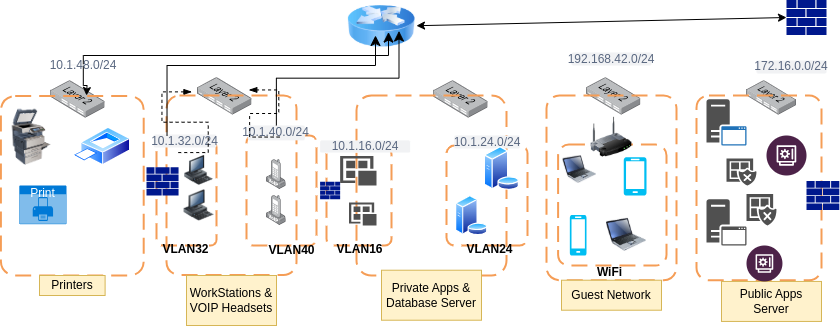
Earlier version of the draw.io export secured_network_topology.drawio.png (MwarumbaH-5523/Secured_Networks_Topology). Source tidied: cells renumbered, new cells last; positions are measured from the earlier drawing's top-left corner, leaving out a move shared by most shapes. Its diagram source:
```xml
<mxGraphModel>
  <root>
    <mxCell id="0" />
    <mxCell id="1" parent="0" />
    <mxCell id="2" style="sketch=0;shadow=0;dashed=0;html=1;strokeColor=none;labelPosition=center;verticalLabelPosition=bottom;verticalAlign=top;align=center;fillColor=#00188D;shape=mxgraph.mscae.enterprise.firewall;" parent="1" vertex="1">
      <mxGeometry x="786" y="0.4" width="40" height="35.2" as="geometry" />
    </mxCell>
    <mxCell id="3" style="image;html=1;image=img/lib/clip_art/networking/Router_Icon_128x128.png;" parent="1" vertex="1">
      <mxGeometry x="346" y="6" width="70" height="42" as="geometry" />
    </mxCell>
    <mxCell id="4" style="endArrow=classic;startArrow=classic;html=1;rounded=0;entryX=0;entryY=0.5;entryDx=0;entryDy=0;entryPerimeter=0;" parent="1" edge="1" source="3" target="2">
      <mxGeometry relative="1" as="geometry" />
    </mxCell>
    <mxCell id="5" style="image;html=1;align=center;shadow=0;dashed=0;image=img/lib/allied_telesis/switch/Switch_24_port_L2.svg;" parent="1" vertex="1">
      <mxGeometry x="746" y="81.2" width="50" height="34.3" as="geometry" />
    </mxCell>
    <mxCell id="6" style="image;html=1;align=center;shadow=0;dashed=0;image=img/lib/allied_telesis/switch/Switch_24_port_L2.svg;" parent="1" vertex="1">
      <mxGeometry x="586" y="78.2" width="54.4" height="37.3" as="geometry" />
    </mxCell>
    <mxCell id="7" style="image;html=1;align=center;shadow=0;dashed=0;image=img/lib/allied_telesis/switch/Switch_24_port_L2.svg;" parent="1" vertex="1">
      <mxGeometry x="433.2" y="81.2" width="54.4" height="37.3" as="geometry" />
    </mxCell>
    <mxCell id="8" style="image;points=[];html=1;align=center;shadow=0;dashed=0;image=img/lib/allied_telesis/switch/Switch_24_port_L2.svg;" parent="1" vertex="1">
      <mxGeometry x="197.1" y="78.2" width="54.4" height="37.3" as="geometry" />
    </mxCell>
    <mxCell id="9" style="image;html=1;align=center;shadow=0;dashed=0;image=img/lib/allied_telesis/switch/Switch_24_port_L2.svg;" parent="1" vertex="1">
      <mxGeometry x="50.2" y="81.2" width="54.4" height="37.3" as="geometry" />
    </mxCell>
    <mxCell id="10" style="rounded=1;arcSize=10;dashed=1;strokeColor=#F59D56;fillColor=none;gradientColor=none;dashPattern=8 4;strokeWidth=2;" parent="1" vertex="1">
      <mxGeometry x="0.4" y="96.5" width="142.8" height="179.5" as="geometry" />
    </mxCell>
    <mxCell id="11" style="rounded=1;arcSize=10;dashed=1;strokeColor=#F59D56;fillColor=none;gradientColor=none;dashPattern=8 4;strokeWidth=2;" parent="1" vertex="1">
      <mxGeometry x="166" y="96" width="130" height="179.5" as="geometry" />
    </mxCell>
    <mxCell id="12" style="rounded=1;arcSize=10;dashed=1;strokeColor=#F59D56;fillColor=none;gradientColor=none;dashPattern=8 4;strokeWidth=2;" parent="1" vertex="1">
      <mxGeometry x="356" y="96" width="150" height="180" as="geometry" />
    </mxCell>
    <mxCell id="13" style="rounded=1;arcSize=10;dashed=1;strokeColor=#F59D56;fillColor=none;gradientColor=none;dashPattern=8 4;strokeWidth=2;" parent="1" vertex="1">
      <mxGeometry x="546" y="96" width="130" height="184.7" as="geometry" />
    </mxCell>
    <mxCell id="14" style="rounded=1;arcSize=10;dashed=1;strokeColor=#F59D56;fillColor=none;gradientColor=none;dashPattern=8 4;strokeWidth=2;" parent="1" vertex="1">
      <mxGeometry x="696" y="96" width="125" height="184.7" as="geometry" />
    </mxCell>
    <mxCell id="15" style="rounded=1;arcSize=10;dashed=1;strokeColor=light-dark(#F59D56,#3333FF);fillColor=none;gradientColor=none;dashPattern=8 4;strokeWidth=2;" parent="1" vertex="1">
      <mxGeometry x="156" y="141.8" width="60" height="104.2" as="geometry" />
    </mxCell>
    <mxCell id="16" style="rounded=1;arcSize=10;dashed=1;strokeColor=light-dark(#F59D56,#3333FF);fillColor=none;gradientColor=none;dashPattern=8 4;strokeWidth=2;" parent="1" vertex="1">
      <mxGeometry x="246" y="136" width="70" height="110" as="geometry" />
    </mxCell>
    <mxCell id="17" style="rounded=1;arcSize=10;dashed=1;strokeColor=light-dark(#F59D56,#FF3333);fillColor=none;gradientColor=none;dashPattern=8 4;strokeWidth=2;" parent="1" vertex="1">
      <mxGeometry x="326" y="148.2" width="65" height="97.8" as="geometry" />
    </mxCell>
    <mxCell id="18" style="rounded=1;arcSize=10;dashed=1;strokeColor=light-dark(#F59D56,#FF3333);fillColor=none;gradientColor=none;dashPattern=8 4;strokeWidth=2;" parent="1" vertex="1">
      <mxGeometry x="446" y="146" width="81.1" height="100" as="geometry" />
    </mxCell>
    <mxCell id="19" style="rounded=1;arcSize=10;dashed=1;strokeColor=light-dark(#F59D56,#33FF33);fillColor=none;gradientColor=none;dashPattern=8 4;strokeWidth=2;" parent="1" vertex="1">
      <mxGeometry x="557.6" y="145.1" width="108.4" height="120.9" as="geometry" />
    </mxCell>
    <mxCell id="20" style="image;html=1;image=img/lib/clip_art/networking/Wireless_Router_128x128.png;" parent="1" vertex="1">
      <mxGeometry x="586" y="117.8" width="50" height="40" as="geometry" />
    </mxCell>
    <mxCell id="21" style="image;html=1;image=img/lib/clip_art/computers/Printer_Commercial_128x128.png;" parent="1" vertex="1">
      <mxGeometry x="6" y="109.6" width="50" height="56.4" as="geometry" />
    </mxCell>
    <mxCell id="22" style="image;perimeter=ellipsePerimeter;html=1;align=center;shadow=0;dashed=0;spacingTop=3;image=img/lib/active_directory/printer.svg;" parent="1" vertex="1">
      <mxGeometry x="72.4" y="127.9" width="57.7" height="38.1" as="geometry" />
    </mxCell>
    <mxCell id="23" value="Print" style="html=1;whiteSpace=wrap;strokeColor=none;fillColor=#0079D6;labelPosition=center;verticalLabelPosition=middle;verticalAlign=top;align=center;fontSize=12;spacingTop=-6;fontColor=#FFFFFF;sketch=0;shape=mxgraph.sitemap.print;" parent="1" vertex="1">
      <mxGeometry x="18.8" y="186" width="47.2" height="38.7" as="geometry" />
    </mxCell>
    <mxCell id="24" value="Printers" style="text;html=1;strokeColor=#d6b656;fillColor=#fff2cc;align=center;verticalAlign=middle;whiteSpace=wrap;overflow=hidden;" parent="1" vertex="1">
      <mxGeometry x="39" y="276" width="65.6" height="20" as="geometry" />
    </mxCell>
    <mxCell id="25" style="edgeStyle=elbowEdgeStyle;elbow=vertical;endArrow=classic;html=1;curved=0;rounded=0;endSize=8;startSize=8;entryX=0.6;entryY=0.633;entryDx=0;entryDy=0;entryPerimeter=0;" parent="1" edge="1" source="63" target="3">
      <mxGeometry relative="1" as="geometry">
        <Array as="points">
          <mxPoint x="256" y="56" />
        </Array>
      </mxGeometry>
    </mxCell>
    <mxCell id="26" value="WorkStations &amp;amp; VOIP Headsets" style="text;html=1;strokeColor=#d6b656;fillColor=#fff2cc;align=center;verticalAlign=middle;whiteSpace=wrap;overflow=hidden;" parent="1" vertex="1">
      <mxGeometry x="186" y="276" width="90" height="50" as="geometry" />
    </mxCell>
    <mxCell id="27" value="Private Apps &amp;amp; Database Server" style="text;html=1;strokeColor=#d6b656;fillColor=#fff2cc;align=center;verticalAlign=middle;whiteSpace=wrap;overflow=hidden;" parent="1" vertex="1">
      <mxGeometry x="381" y="270.7" width="100" height="50" as="geometry" />
    </mxCell>
    <mxCell id="28" value="Guest Network" style="text;html=1;strokeColor=#d6b656;fillColor=#fff2cc;align=center;verticalAlign=middle;whiteSpace=wrap;overflow=hidden;" parent="1" vertex="1">
      <mxGeometry x="561" y="280.7" width="100" height="30" as="geometry" />
    </mxCell>
    <mxCell id="29" value="Public Apps Server" style="text;html=1;strokeColor=#d6b656;fillColor=#fff2cc;align=center;verticalAlign=middle;whiteSpace=wrap;overflow=hidden;" parent="1" vertex="1">
      <mxGeometry x="721" y="281.9" width="100" height="40" as="geometry" />
    </mxCell>
    <mxCell id="30" value="10.1.32.0/24" style="rounded=1;align=center;fillColor=#F1F2F4;strokeColor=none;html=1;whiteSpace=wrap;fontColor=#596780;fontSize=12;" parent="1" vertex="1">
      <mxGeometry x="153.2" y="135" width="62.8" height="13" as="geometry" />
    </mxCell>
    <mxCell id="31" value="10.1.40.0/24" style="rounded=1;align=center;fillColor=#F1F2F4;strokeColor=none;html=1;whiteSpace=wrap;fontColor=#596780;fontSize=12;" parent="1" vertex="1">
      <mxGeometry x="247.3" y="126" width="57.2" height="14.8" as="geometry" />
    </mxCell>
    <mxCell id="32" value="10.1.16.0/24" style="rounded=1;align=center;fillColor=#F1F2F4;strokeColor=none;html=1;whiteSpace=wrap;fontColor=#596780;fontSize=12;" parent="1" vertex="1">
      <mxGeometry x="319.6" y="140.8" width="90" height="12.2" as="geometry" />
    </mxCell>
    <mxCell id="33" value="10.1.24.0/24" style="rounded=1;align=center;fillColor=#F1F2F4;strokeColor=none;html=1;whiteSpace=wrap;fontColor=#596780;fontSize=12;" parent="1" vertex="1">
      <mxGeometry x="453.8" y="136" width="65.6" height="13" as="geometry" />
    </mxCell>
    <mxCell id="34" value="192.168.42.0/24" style="rounded=1;align=center;fillColor=#F1F2F4;strokeColor=none;html=1;whiteSpace=wrap;fontColor=#596780;fontSize=12;" parent="1" vertex="1">
      <mxGeometry x="571" y="53" width="80" height="13" as="geometry" />
    </mxCell>
    <mxCell id="35" value="172.16.0.0/24" style="rounded=1;align=center;fillColor=#F1F2F4;strokeColor=none;html=1;whiteSpace=wrap;fontColor=#596780;fontSize=12;" parent="1" vertex="1">
      <mxGeometry x="756" y="61" width="70" height="13" as="geometry" />
    </mxCell>
    <mxCell id="36" value="WiFi" style="text;align=center;fontStyle=1;verticalAlign=middle;spacingLeft=3;spacingRight=3;strokeColor=none;html=1;" parent="1" vertex="1">
      <mxGeometry x="586" y="269.5" width="45.6" height="6" as="geometry" />
    </mxCell>
    <mxCell id="37" value="VLAN32" style="text;align=center;fontStyle=1;verticalAlign=middle;spacingLeft=3;spacingRight=3;strokeColor=none;html=1;" parent="1" vertex="1">
      <mxGeometry x="172.1" y="246.8" width="25" height="6" as="geometry" />
    </mxCell>
    <mxCell id="38" value="VLAN40" style="text;align=center;fontStyle=1;verticalAlign=middle;spacingLeft=3;spacingRight=3;strokeColor=none;html=1;" parent="1" vertex="1">
      <mxGeometry x="266" y="245.5" width="50" height="10" as="geometry" />
    </mxCell>
    <mxCell id="39" value="VLAN16" style="text;align=center;fontStyle=1;verticalAlign=middle;spacingLeft=3;spacingRight=3;strokeColor=none;html=1;" parent="1" vertex="1">
      <mxGeometry x="333.5" y="246.8" width="50" height="6" as="geometry" />
    </mxCell>
    <mxCell id="40" value="VLAN24" style="text;align=center;fontStyle=1;verticalAlign=middle;spacingLeft=3;spacingRight=3;strokeColor=none;html=1;" parent="1" vertex="1">
      <mxGeometry x="466" y="247.5" width="45" height="6" as="geometry" />
    </mxCell>
    <mxCell id="41" style="sketch=0;shadow=0;dashed=0;html=1;strokeColor=none;labelPosition=center;verticalLabelPosition=bottom;verticalAlign=top;align=center;fillColor=#00188D;shape=mxgraph.mscae.enterprise.firewall;" parent="1" vertex="1">
      <mxGeometry x="319.6" y="182.2" width="20.1" height="17.6" as="geometry" />
    </mxCell>
    <mxCell id="42" style="sketch=0;shadow=0;dashed=0;html=1;strokeColor=none;labelPosition=center;verticalLabelPosition=bottom;verticalAlign=top;align=center;fillColor=#00188D;shape=mxgraph.mscae.enterprise.firewall;" parent="1" vertex="1">
      <mxGeometry x="146" y="167.8" width="32" height="28.2" as="geometry" />
    </mxCell>
    <mxCell id="43" style="sketch=0;shadow=0;dashed=0;html=1;strokeColor=none;labelPosition=center;verticalLabelPosition=bottom;verticalAlign=top;align=center;fillColor=#00188D;shape=mxgraph.mscae.enterprise.firewall;" parent="1" vertex="1">
      <mxGeometry x="806" y="181.6" width="32.8" height="28.9" as="geometry" />
    </mxCell>
    <mxCell id="44" style="image;html=1;image=img/lib/clip_art/computers/Workstation_128x128.png;" parent="1" vertex="1">
      <mxGeometry x="183.5" y="190.3" width="30" height="31.6" as="geometry" />
    </mxCell>
    <mxCell id="45" style="image;html=1;image=img/lib/clip_art/computers/Workstation_128x128.png;" parent="1" vertex="1">
      <mxGeometry x="181" y="156.1" width="35" height="29.9" as="geometry" />
    </mxCell>
    <mxCell id="46" style="image;html=1;align=center;shadow=0;dashed=0;image=img/lib/allied_telesis/computer_and_terminals/VOIP_IP_phone.svg;" parent="1" vertex="1">
      <mxGeometry x="266" y="196" width="19.7" height="30" as="geometry" />
    </mxCell>
    <mxCell id="47" style="image;html=1;align=center;shadow=0;dashed=0;image=img/lib/allied_telesis/computer_and_terminals/VOIP_IP_phone.svg;" parent="1" vertex="1">
      <mxGeometry x="266" y="160.1" width="19.7" height="30" as="geometry" />
    </mxCell>
    <mxCell id="48" style="sketch=0;shadow=0;dashed=0;html=1;strokeColor=none;labelPosition=center;verticalLabelPosition=bottom;verticalAlign=top;align=center;fillColor=#505050;shape=mxgraph.mscae.intune.apps;" parent="1" vertex="1">
      <mxGeometry x="348.5" y="203.1" width="27.5" height="22.9" as="geometry" />
    </mxCell>
    <mxCell id="49" style="sketch=0;shadow=0;dashed=0;html=1;strokeColor=none;labelPosition=center;verticalLabelPosition=bottom;verticalAlign=top;align=center;fillColor=#505050;shape=mxgraph.mscae.intune.apps;" parent="1" vertex="1">
      <mxGeometry x="339.6" y="156.4" width="36.4" height="29.6" as="geometry" />
    </mxCell>
    <mxCell id="50" style="image;perimeter=ellipsePerimeter;html=1;align=center;shadow=0;dashed=0;spacingTop=3;image=img/lib/active_directory/database_server.svg;" parent="1" vertex="1">
      <mxGeometry x="454.8" y="196" width="32.8" height="40" as="geometry" />
    </mxCell>
    <mxCell id="51" style="image;perimeter=ellipsePerimeter;html=1;align=center;shadow=0;dashed=0;spacingTop=3;image=img/lib/active_directory/database_server.svg;" parent="1" vertex="1">
      <mxGeometry x="483.4" y="147" width="35.9" height="43.8" as="geometry" />
    </mxCell>
    <mxCell id="52" style="image;html=1;image=img/lib/clip_art/computers/Laptop_128x128.png;" parent="1" vertex="1">
      <mxGeometry x="606" y="214.4" width="40" height="41.6" as="geometry" />
    </mxCell>
    <mxCell id="53" style="image;html=1;image=img/lib/clip_art/computers/Laptop_128x128.png;" parent="1" vertex="1">
      <mxGeometry x="562.6" y="153.9" width="33.4" height="32.1" as="geometry" />
    </mxCell>
    <mxCell id="54" style="verticalLabelPosition=bottom;html=1;verticalAlign=top;align=center;strokeColor=none;fillColor=#00BEF2;shape=mxgraph.azure.mobile;" parent="1" vertex="1">
      <mxGeometry x="623.2" y="157.8" width="22.8" height="38.2" as="geometry" />
    </mxCell>
    <mxCell id="55" style="verticalLabelPosition=bottom;html=1;verticalAlign=top;align=center;strokeColor=none;fillColor=#00BEF2;shape=mxgraph.azure.mobile;" parent="1" vertex="1">
      <mxGeometry x="569.3" y="215.5" width="16.7" height="40.5" as="geometry" />
    </mxCell>
    <mxCell id="56" style="sketch=0;shadow=0;dashed=0;html=1;strokeColor=none;fillColor=#505050;labelPosition=center;verticalLabelPosition=bottom;verticalAlign=top;align=center;shape=mxgraph.office.servers.application_server;" parent="1" vertex="1">
      <mxGeometry x="706" y="199.8" width="40" height="46.2" as="geometry" />
    </mxCell>
    <mxCell id="57" style="sketch=0;shadow=0;dashed=0;html=1;strokeColor=none;fillColor=#505050;labelPosition=center;verticalLabelPosition=bottom;verticalAlign=top;align=center;shape=mxgraph.office.servers.application_server_blue;" parent="1" vertex="1">
      <mxGeometry x="706" y="99.6" width="40" height="46.4" as="geometry" />
    </mxCell>
    <mxCell id="58" style="sketch=0;shadow=0;dashed=0;html=1;strokeColor=none;labelPosition=center;verticalLabelPosition=bottom;verticalAlign=top;align=center;fillColor=#505050;shape=mxgraph.mscae.intune.noncompliant_apps;" parent="1" vertex="1">
      <mxGeometry x="746" y="194.4" width="30" height="31.6" as="geometry" />
    </mxCell>
    <mxCell id="59" style="sketch=0;shadow=0;dashed=0;html=1;strokeColor=none;labelPosition=center;verticalLabelPosition=bottom;verticalAlign=top;align=center;fillColor=#505050;shape=mxgraph.mscae.intune.noncompliant_apps;" parent="1" vertex="1">
      <mxGeometry x="726" y="159" width="30" height="27" as="geometry" />
    </mxCell>
    <mxCell id="60" style="verticalLabelPosition=bottom;html=1;shape=mxgraph.salesforce.financial_services2;" parent="1" vertex="1">
      <mxGeometry x="746" y="246" width="35.9" height="35.9" as="geometry" />
    </mxCell>
    <mxCell id="61" style="verticalLabelPosition=bottom;html=1;shape=mxgraph.salesforce.financial_services2;" parent="1" vertex="1">
      <mxGeometry x="766" y="136" width="40" height="40" as="geometry" />
    </mxCell>
    <mxCell id="62" style="edgeStyle=orthogonalEdgeStyle;rounded=0;jettySize=auto;html=1;" parent="1" edge="1" source="63">
      <mxGeometry relative="1" as="geometry">
        <mxPoint x="86" y="96" as="targetPoint" />
      </mxGeometry>
    </mxCell>
    <mxCell id="63" value="10.1.48.0/24" style="rounded=1;align=center;fillColor=#F1F2F4;strokeColor=none;html=1;whiteSpace=wrap;fontColor=#596780;fontSize=12;" parent="1" vertex="1">
      <mxGeometry x="56" y="65" width="53.6" height="1" as="geometry" />
    </mxCell>
    <mxCell id="64" style="edgeStyle=entityRelationEdgeStyle;fontSize=12;html=1;endArrow=blockThin;endFill=1;startArrow=none;rounded=0;startFill=0;dashed=1;entryX=0.048;entryY=0.19;entryDx=0;entryDy=0;entryPerimeter=0;" parent="1" edge="1">
      <mxGeometry relative="1" as="geometry">
        <mxPoint x="177.7" y="153.1" as="sourcePoint" />
        <mxPoint x="191.5" y="92.4" as="targetPoint" />
      </mxGeometry>
    </mxCell>
    <mxCell id="65" style="edgeStyle=entityRelationEdgeStyle;fontSize=12;html=1;endArrow=blockThin;endFill=1;startArrow=none;rounded=0;startFill=0;dashed=1;entryX=0.941;entryY=0.328;entryDx=0;entryDy=0;entryPerimeter=0;exitX=0.557;exitY=0.778;exitDx=0;exitDy=0;exitPerimeter=0;" parent="1" edge="1" source="31" target="8">
      <mxGeometry relative="1" as="geometry">
        <Array as="points">
          <mxPoint x="286" y="116" />
          <mxPoint x="276" y="114" />
          <mxPoint x="255" y="96" />
        </Array>
      </mxGeometry>
    </mxCell>
    <mxCell id="66" style="edgeStyle=elbowEdgeStyle;elbow=vertical;endArrow=classic;html=1;curved=0;rounded=0;endSize=8;startSize=8;exitX=0.004;exitY=0.224;exitDx=0;exitDy=0;exitPerimeter=0;" parent="1" edge="1" source="11">
      <mxGeometry relative="1" as="geometry">
        <mxPoint x="375" y="36" as="targetPoint" />
        <Array as="points">
          <mxPoint x="266" y="66" />
        </Array>
      </mxGeometry>
    </mxCell>
    <mxCell id="67" style="edgeStyle=elbowEdgeStyle;elbow=vertical;endArrow=classic;html=1;curved=0;rounded=0;endSize=8;startSize=8;entryX=0.75;entryY=1;entryDx=0;entryDy=0;" parent="1" edge="1" source="31">
      <mxGeometry relative="1" as="geometry">
        <mxPoint x="398.5" y="31.5" as="targetPoint" />
      </mxGeometry>
    </mxCell>
  </root>
</mxGraphModel>
```
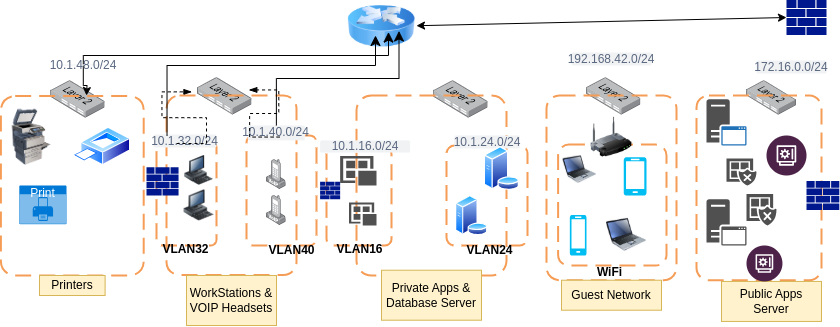
After the change.

Change to the diagram source:
```diff
@@ -194,9 +194,8 @@
     <mxCell id="63" value="10.1.48.0/24" style="rounded=1;align=center;fillColor=#F1F2F4;strokeColor=none;html=1;whiteSpace=wrap;fontColor=#596780;fontSize=12;" parent="1" vertex="1">
       <mxGeometry x="56" y="65" width="53.6" height="1" as="geometry" />
     </mxCell>
-    <mxCell id="64" style="edgeStyle=entityRelationEdgeStyle;fontSize=12;html=1;endArrow=blockThin;endFill=1;startArrow=none;rounded=0;startFill=0;dashed=1;entryX=0.048;entryY=0.19;entryDx=0;entryDy=0;entryPerimeter=0;" parent="1" edge="1">
+    <mxCell id="64" style="edgeStyle=entityRelationEdgeStyle;fontSize=12;html=1;endArrow=blockThin;endFill=1;startArrow=none;rounded=0;startFill=0;dashed=1;entryX=0.048;entryY=0.19;entryDx=0;entryDy=0;entryPerimeter=0;exitX=0.363;exitY=0.692;exitDx=0;exitDy=0;exitPerimeter=0;" parent="1" edge="1" source="30">
       <mxGeometry relative="1" as="geometry">
-        <mxPoint x="177.7" y="153.1" as="sourcePoint" />
         <mxPoint x="191.5" y="92.4" as="targetPoint" />
       </mxGeometry>
     </mxCell>
```
